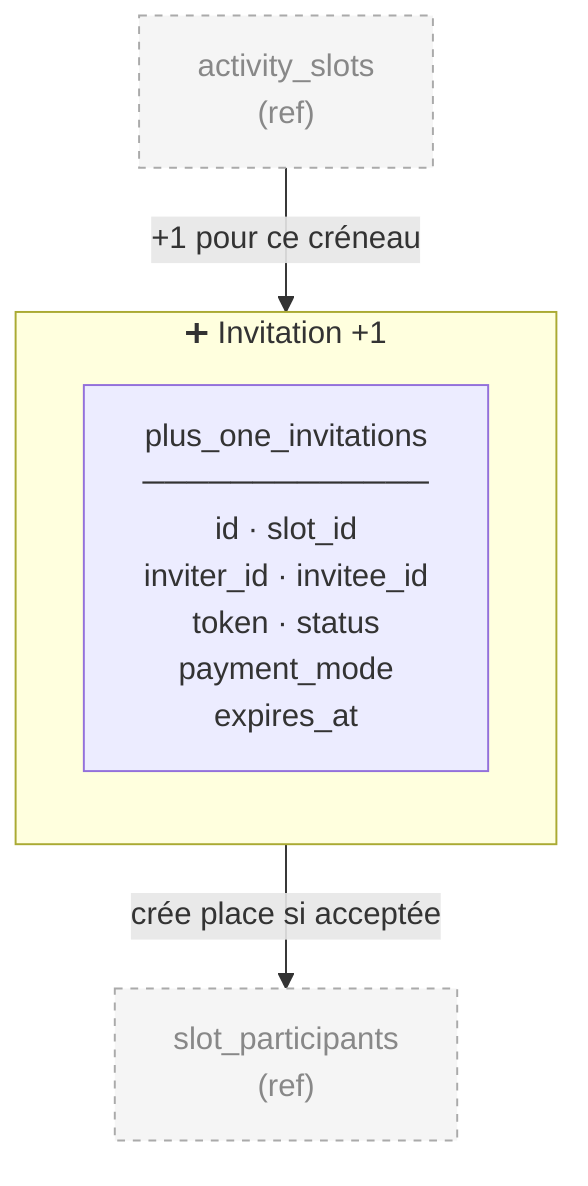
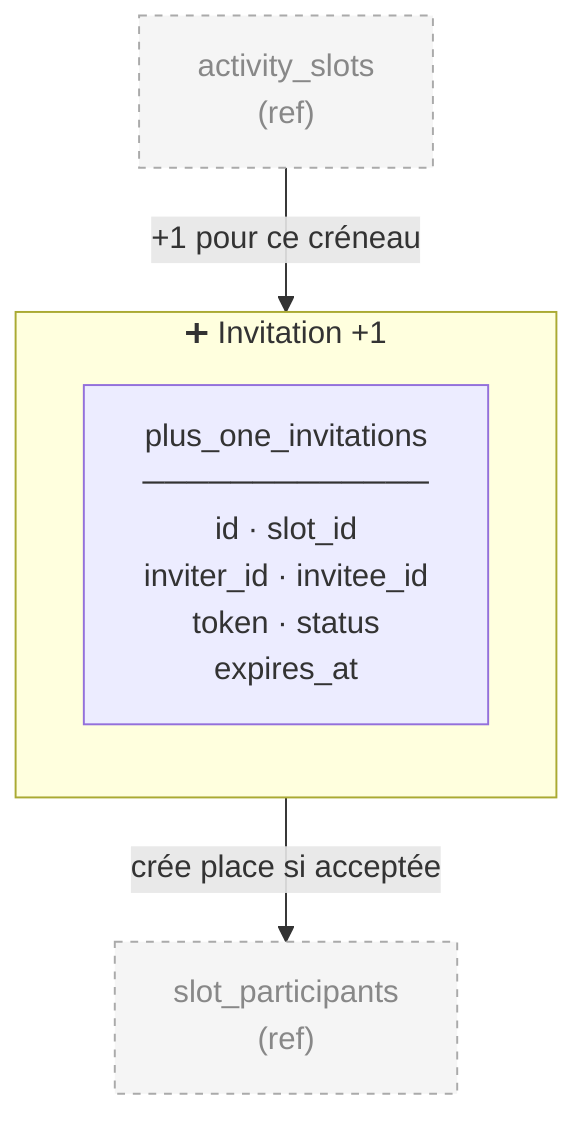
flowchart TD

  subgraph PLUS["➕ Invitation +1"]
    direction TB
-     POI["plus_one_invitations\n─────────────\nid · slot_id\ninviter_id · invitee_id\ntoken · status\npayment_mode\nexpires_at"]
+     POI["plus_one_invitations\n─────────────\nid · slot_id\ninviter_id · invitee_id\ntoken · status\nexpires_at"]
  end

  %% Refs externes
  AS_REF["activity_slots\n(ref)"]:::ref
  SP_REF["slot_participants\n(ref)"]:::ref

  AS_REF -->|"+1 pour ce créneau"| POI
  POI -->|"crée place si acceptée"| SP_REF

  classDef ref fill:#f5f5f5,stroke:#aaa,stroke-dasharray:4 4,color:#888
